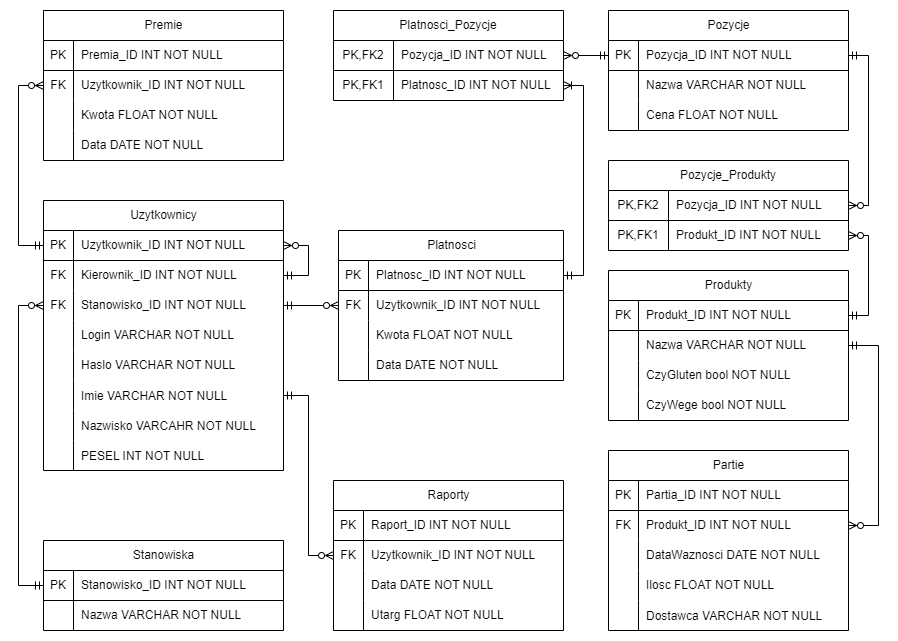
demidowicz/Inzynieria_oprogramowania keeps this draw.io diagram as baza_danych.png. Above is the earlier version. Source tidied: cells renumbered, new cells last; positions are measured from the earlier drawing's top-left corner, leaving out a move shared by most shapes.
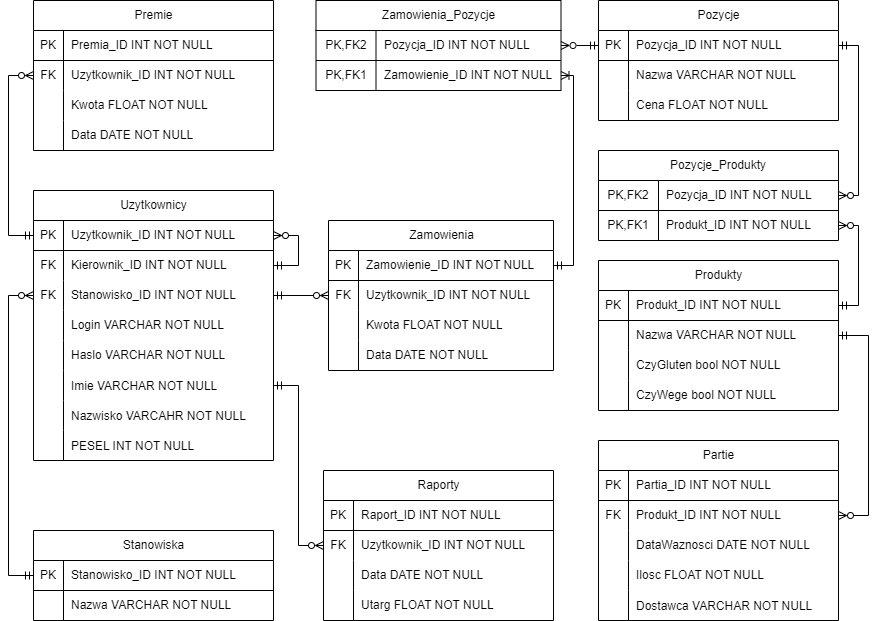
Above is the later version.

What changed in the source:
```diff
@@ -214,7 +214,7 @@
     <mxCell id="65" value="Utarg FLOAT NOT NULL" style="shape=partialRectangle;fillColor=none;top=0;left=0;bottom=0;right=0;align=left;spacingLeft=6;overflow=hidden;whiteSpace=wrap;html=1;fontStyle=0;verticalAlign=middle;" parent="63" vertex="1">
       <mxGeometry x="30" width="200" height="30" as="geometry" />
     </mxCell>
-    <mxCell id="66" value="Platnosci" style="shape=table;startSize=30;rowLines=0;fontStyle=0;align=center;html=1;verticalAlign=middle;" parent="1" vertex="1">
+    <mxCell id="66" value="Zamowienia" style="shape=table;startSize=30;rowLines=0;fontStyle=0;align=center;html=1;verticalAlign=middle;" parent="1" vertex="1">
       <mxGeometry x="320" y="220" width="225" height="150" as="geometry" />
     </mxCell>
     <mxCell id="67" style="shape=tableRow;horizontal=0;startSize=0;swimlaneHead=0;swimlaneBody=0;fillColor=none;points=[[0,0.5],[1,0.5]];portConstraint=eastwest;top=0;left=0;right=0;bottom=1;fontStyle=0;verticalAlign=middle;" parent="66" vertex="1">
@@ -223,7 +223,7 @@
     <mxCell id="68" value="PK" style="shape=partialRectangle;fillColor=none;top=0;left=0;bottom=0;right=0;fontStyle=0;overflow=hidden;whiteSpace=wrap;html=1;verticalAlign=middle;" parent="67" vertex="1">
       <mxGeometry width="30" height="30" as="geometry" />
     </mxCell>
-    <mxCell id="69" value="Platnosc_ID INT NOT NULL" style="shape=partialRectangle;fillColor=none;top=0;left=0;bottom=0;right=0;align=left;spacingLeft=6;fontStyle=0;overflow=hidden;whiteSpace=wrap;html=1;verticalAlign=middle;" parent="67" vertex="1">
+    <mxCell id="69" value="Zamowienie_ID INT NOT NULL" style="shape=partialRectangle;fillColor=none;top=0;left=0;bottom=0;right=0;align=left;spacingLeft=6;fontStyle=0;overflow=hidden;whiteSpace=wrap;html=1;verticalAlign=middle;" parent="67" vertex="1">
       <mxGeometry x="30" width="195" height="30" as="geometry" />
     </mxCell>
     <mxCell id="70" style="shape=tableRow;horizontal=0;startSize=0;swimlaneHead=0;swimlaneBody=0;fillColor=none;points=[[0,0.5],[1,0.5]];portConstraint=eastwest;top=0;left=0;right=0;bottom=0;fontStyle=0;verticalAlign=middle;" parent="66" vertex="1">
@@ -253,26 +253,26 @@
     <mxCell id="78" value="Data DATE NOT NULL" style="shape=partialRectangle;fillColor=none;top=0;left=0;bottom=0;right=0;align=left;spacingLeft=6;overflow=hidden;whiteSpace=wrap;html=1;fontStyle=0;verticalAlign=middle;" parent="76" vertex="1">
       <mxGeometry x="30" width="195" height="30" as="geometry" />
     </mxCell>
-    <mxCell id="79" value="Platnosci_Pozycje" style="shape=table;startSize=30;rowLines=0;fontStyle=0;align=center;html=1;whiteSpace=wrap;verticalAlign=middle;" parent="1" vertex="1">
-      <mxGeometry x="315" width="230" height="90" as="geometry" />
+    <mxCell id="79" value="Zamowienia_Pozycje" style="shape=table;startSize=30;rowLines=0;fontStyle=0;align=center;html=1;whiteSpace=wrap;verticalAlign=middle;" parent="1" vertex="1">
+      <mxGeometry x="307.5" width="245" height="90" as="geometry" />
     </mxCell>
     <mxCell id="80" style="shape=tableRow;horizontal=0;startSize=0;swimlaneHead=0;swimlaneBody=0;fillColor=none;points=[[0,0.5],[1,0.5]];portConstraint=eastwest;top=0;left=0;right=0;bottom=1;html=1;fontStyle=0;verticalAlign=middle;" parent="79" vertex="1">
-      <mxGeometry y="30" width="230" height="30" as="geometry" />
+      <mxGeometry y="30" width="245" height="30" as="geometry" />
     </mxCell>
     <mxCell id="81" value="PK,FK2" style="shape=partialRectangle;fillColor=none;top=0;left=0;bottom=0;right=0;fontStyle=0;overflow=hidden;html=1;whiteSpace=wrap;verticalAlign=middle;" parent="80" vertex="1">
       <mxGeometry width="60" height="30" as="geometry" />
     </mxCell>
     <mxCell id="82" value="Pozycja_ID INT NOT NULL" style="shape=partialRectangle;fillColor=none;top=0;left=0;bottom=0;right=0;align=left;spacingLeft=6;fontStyle=0;overflow=hidden;html=1;whiteSpace=wrap;verticalAlign=middle;" parent="80" vertex="1">
-      <mxGeometry x="60" width="170" height="30" as="geometry" />
+      <mxGeometry x="60" width="185" height="30" as="geometry" />
     </mxCell>
     <mxCell id="83" style="shape=tableRow;horizontal=0;startSize=0;swimlaneHead=0;swimlaneBody=0;fillColor=none;points=[[0,0.5],[1,0.5]];portConstraint=eastwest;top=0;left=0;right=0;bottom=0;html=1;fontStyle=0;verticalAlign=middle;" parent="79" vertex="1">
-      <mxGeometry y="60" width="230" height="30" as="geometry" />
+      <mxGeometry y="60" width="245" height="30" as="geometry" />
     </mxCell>
     <mxCell id="84" value="PK,FK1" style="shape=partialRectangle;fillColor=none;top=0;left=0;bottom=0;right=0;fontStyle=0;overflow=hidden;html=1;whiteSpace=wrap;verticalAlign=middle;" parent="83" vertex="1">
       <mxGeometry width="60" height="30" as="geometry" />
     </mxCell>
-    <mxCell id="85" value="Platnosc_ID INT NOT NULL" style="shape=partialRectangle;fillColor=none;top=0;left=0;bottom=0;right=0;align=left;spacingLeft=6;fontStyle=0;overflow=hidden;html=1;whiteSpace=wrap;verticalAlign=middle;" parent="83" vertex="1">
-      <mxGeometry x="60" width="170" height="30" as="geometry" />
+    <mxCell id="85" value="Zamowienie_ID INT NOT NULL" style="shape=partialRectangle;fillColor=none;top=0;left=0;bottom=0;right=0;align=left;spacingLeft=6;fontStyle=0;overflow=hidden;html=1;whiteSpace=wrap;verticalAlign=middle;" parent="83" vertex="1">
+      <mxGeometry x="60" width="185" height="30" as="geometry" />
     </mxCell>
     <mxCell id="86" value="Pozycje" style="shape=table;startSize=30;rowLines=0;fontStyle=0;align=center;html=1;verticalAlign=middle;" parent="1" vertex="1">
       <mxGeometry x="590" width="240" height="120" as="geometry" />
```
